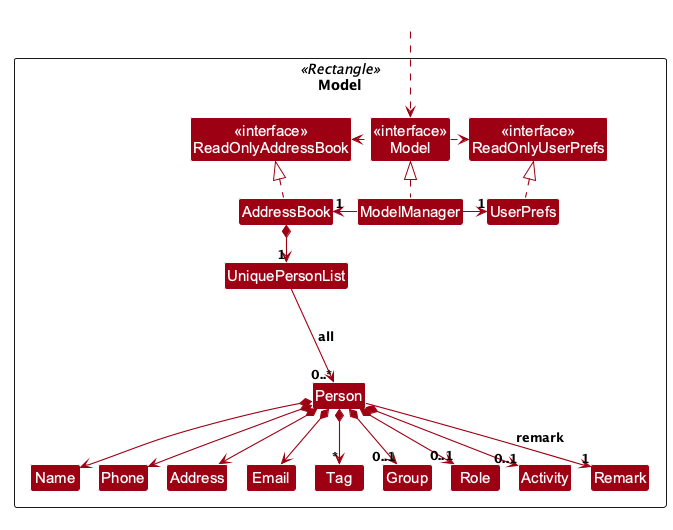
Earlier version of the PlantUML export docs/images/ModelClassDiagram.png (AY2627S1-CS2103T-W13-2/tp). Source of this version:
```plantuml
@startuml
!include style.puml
!pragma layout smetana
skinparam arrowThickness 1.1
skinparam arrowColor MODEL_COLOR
skinparam classBackgroundColor MODEL_COLOR

Package Model as ModelPackage <<Rectangle>>{
Class "<<interface>>\nReadOnlyAddressBook" as ReadOnlyAddressBook
Class "<<interface>>\nReadOnlyUserPrefs" as ReadOnlyUserPrefs
Class "<<interface>>\nModel" as Model
Class AddressBook
Class ModelManager
Class UserPrefs

Class UniquePersonList
Class Person
Class Address
Class Email
Class Name
Class Phone
Class Tag
Class Group
Class Role
Class Activity
Class Remark

Class I #FFFFFF
}

Class HiddenOutside #FFFFFF
HiddenOutside ..> Model

AddressBook .up.|> ReadOnlyAddressBook

ModelManager .up.|> Model
Model .right.> ReadOnlyUserPrefs
Model .left.> ReadOnlyAddressBook
ModelManager -left-> "1" AddressBook
ModelManager -right-> "1" UserPrefs
UserPrefs .up.|> ReadOnlyUserPrefs

AddressBook *--> "1" UniquePersonList
UniquePersonList --> "0..*" Person : all
Person *--> Name
Person *--> Phone
Person *--> Email
Person *--> Address
Person *--> "*" Tag
Person *--> "0..1" Group
Person *--> "0..1" Role
Person *--> "0..1" Activity
Person --> "1" Remark : remark

Person -[hidden]up--> I
UniquePersonList -[hidden]right-> I

Name -[hidden]right-> Phone
Phone -[hidden]right-> Address
Address -[hidden]right-> Email

@enduml
```
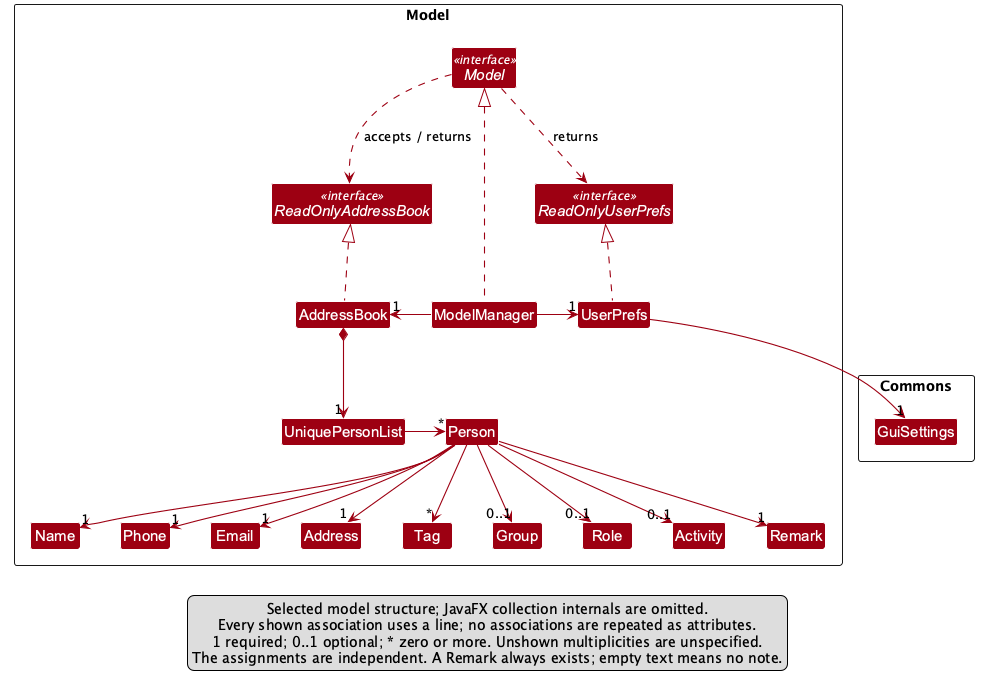
Later version of the same file.

Commit message:
Correct model component UML diagram

The model diagram used ownership links for shared participant values
and included a dangling placeholder dependency.

Show each participant value as a separate class with its multiplicity.
Keep the owned list as composition and update the guide and image
together so maintainers see the implemented structure.

Refs #167

What changed in the source:
```diff
@@ -4,59 +4,74 @@
 skinparam arrowThickness 1.1
 skinparam arrowColor MODEL_COLOR
 skinparam classBackgroundColor MODEL_COLOR
+skinparam ArrowFontStyle plain
+skinparam ArrowFontSize 13
+skinparam nodesep 40
+skinparam ranksep 75
 
-Package Model as ModelPackage <<Rectangle>>{
-Class "<<interface>>\nReadOnlyAddressBook" as ReadOnlyAddressBook
-Class "<<interface>>\nReadOnlyUserPrefs" as ReadOnlyUserPrefs
-Class "<<interface>>\nModel" as Model
-Class AddressBook
-Class ModelManager
-Class UserPrefs
+package Model as ModelPackage {
+    interface Model <<interface>>
+    interface ReadOnlyAddressBook <<interface>>
+    interface ReadOnlyUserPrefs <<interface>>
 
-Class UniquePersonList
-Class Person
-Class Address
-Class Email
-Class Name
-Class Phone
-Class Tag
-Class Group
-Class Role
-Class Activity
-Class Remark
-
-Class I #FFFFFF
+    class ModelManager
+    class AddressBook
+    class UserPrefs
+    class UniquePersonList
+    class Person
+    class Name
+    class Phone
+    class Email
+    class Address
+    class Tag
+    class Group
+    class Role
+    class Activity
+    class Remark
 }
 
-Class HiddenOutside #FFFFFF
-HiddenOutside ..> Model
-
-AddressBook .up.|> ReadOnlyAddressBook
+package Commons as CommonsPackage {
+    class GuiSettings
+}
 
 ModelManager .up.|> Model
-Model .right.> ReadOnlyUserPrefs
-Model .left.> ReadOnlyAddressBook
+AddressBook .up.|> ReadOnlyAddressBook
+UserPrefs .up.|> ReadOnlyUserPrefs
+Model ..> ReadOnlyAddressBook : accepts / returns
+Model ..> ReadOnlyUserPrefs : returns
+
 ModelManager -left-> "1" AddressBook
 ModelManager -right-> "1" UserPrefs
-UserPrefs .up.|> ReadOnlyUserPrefs
+UserPrefs -down-> "1" GuiSettings
+AddressBook *-down-> "1" UniquePersonList
+UniquePersonList -right-> "*" Person
 
-AddressBook *--> "1" UniquePersonList
-UniquePersonList --> "0..*" Person : all
-Person *--> Name
-Person *--> Phone
-Person *--> Email
-Person *--> Address
-Person *--> "*" Tag
-Person *--> "0..1" Group
-Person *--> "0..1" Role
-Person *--> "0..1" Activity
-Person --> "1" Remark : remark
+Person -down-> "1" Name
+Person -down-> "1" Phone
+Person -down-> "1" Email
+Person -down-> "1" Address
+Person -down-> "*" Tag
+Person -down-> "0..1" Group
+Person -down-> "0..1" Role
+Person -down-> "0..1" Activity
+Person -down-> "1" Remark
 
-Person -[hidden]up--> I
-UniquePersonList -[hidden]right-> I
+ModelManager -[hidden]down-> Person
 
 Name -[hidden]right-> Phone
-Phone -[hidden]right-> Address
-Address -[hidden]right-> Email
+Phone -[hidden]right-> Email
+Email -[hidden]right-> Address
+Address -[hidden]right-> Tag
+Tag -[hidden]right-> Group
+Group -[hidden]right-> Role
+Role -[hidden]right-> Activity
+Activity -[hidden]right-> Remark
+
+legend bottom
+  Selected model structure; JavaFX collection internals are omitted.
+  Every shown association uses a line; no associations are repeated as attributes.
+  1 required; 0..1 optional; * zero or more. Unshown multiplicities are unspecified.
+  The assignments are independent. A Remark always exists; empty text means no note.
+endlegend
 
 @enduml
```
